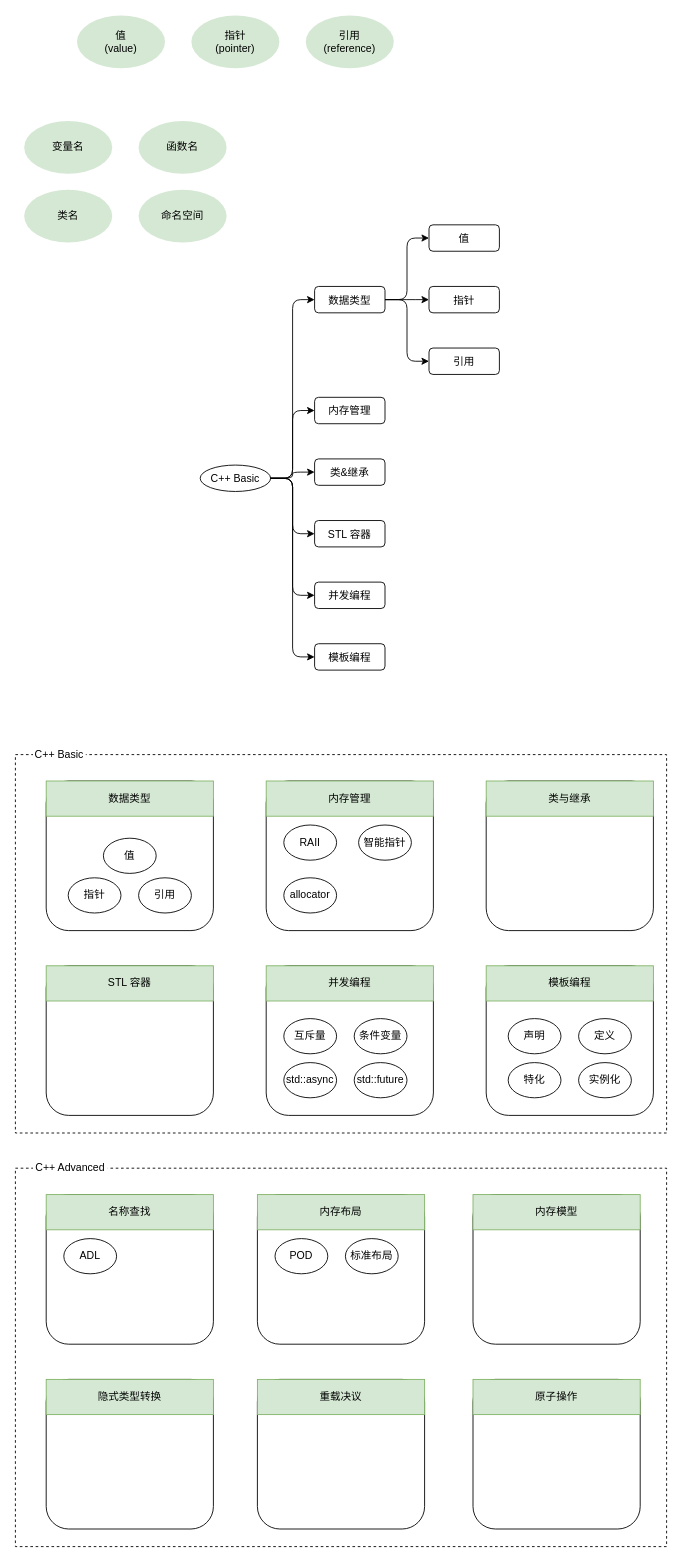
The draw.io diagram cplusplus_syntax_component.drawio in ZiqingYip/moment, before the edit. Source tidied: cells renumbered, new cells numbered last; positions are measured from the earlier drawing's top-left corner, leaving out a move shared by most shapes. Both pictures are drawn from the tidied source at 88%, with x=0, y=0 at pixel (15, 15).
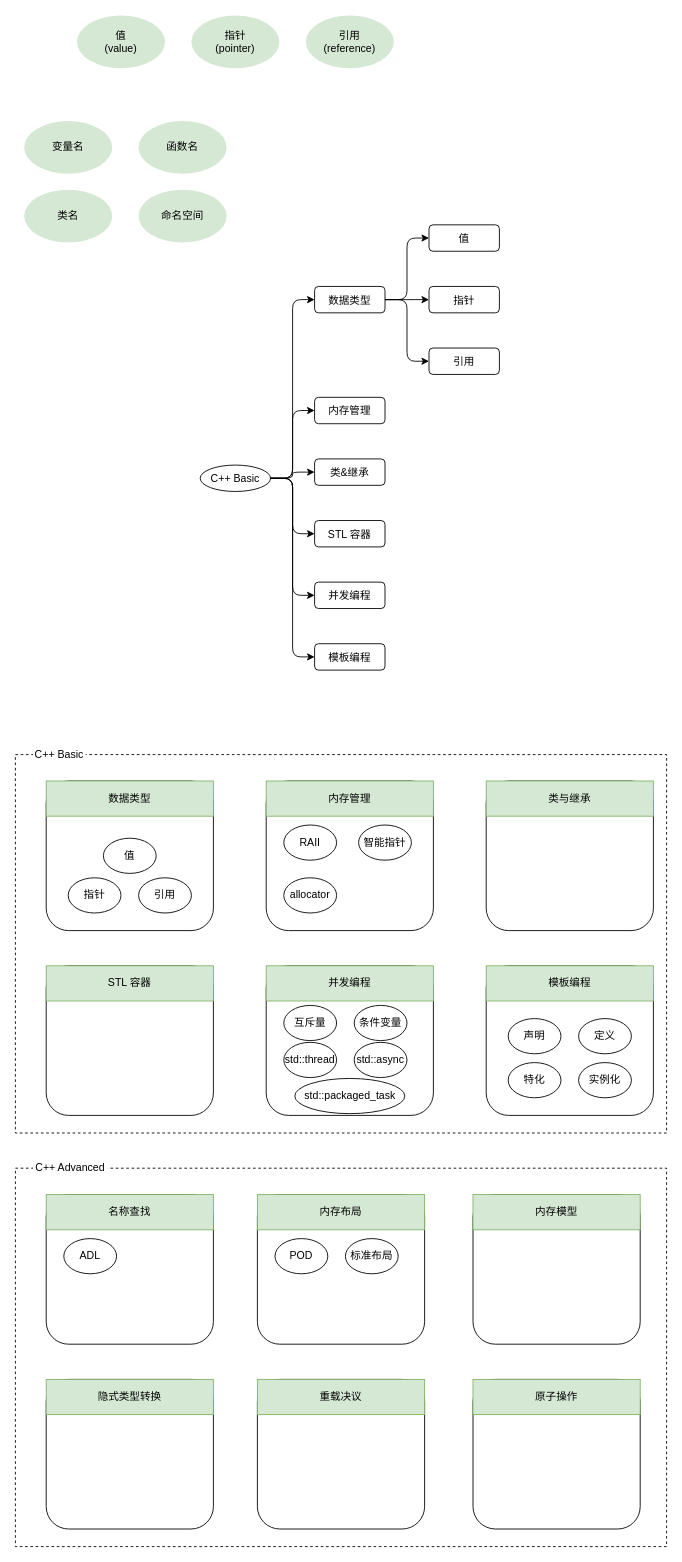
Above is the later version.

The edit, as a diff of the source:
```diff
@@
     <mxCell id="65" value="互斥量" style="ellipse;whiteSpace=wrap;html=1;" parent="1" vertex="1">
-      <mxGeometry x="305" y="1140" width="60" height="40" as="geometry" />
+      <mxGeometry x="305" y="1125" width="60" height="40" as="geometry" />
     </mxCell>
     <mxCell id="66" value="条件变量" style="ellipse;whiteSpace=wrap;html=1;" parent="1" vertex="1">
-      <mxGeometry x="385" y="1140" width="60" height="40" as="geometry" />
+      <mxGeometry x="385" y="1125" width="60" height="40" as="geometry" />
     </mxCell>
-    <mxCell id="67" value="std::async" style="ellipse;whiteSpace=wrap;html=1;" parent="1" vertex="1">
-      <mxGeometry x="305" y="1190" width="60" height="40" as="geometry" />
+    <mxCell id="67" value="std::thread" style="ellipse;whiteSpace=wrap;html=1;" parent="1" vertex="1">
+      <mxGeometry x="305" y="1167" width="60" height="40" as="geometry" />
     </mxCell>
-    <mxCell id="68" value="std::future" style="ellipse;whiteSpace=wrap;html=1;" parent="1" vertex="1">
-      <mxGeometry x="385" y="1190" width="60" height="40" as="geometry" />
+    <mxCell id="68" value="std::async" style="ellipse;whiteSpace=wrap;html=1;" parent="1" vertex="1">
+      <mxGeometry x="385" y="1167" width="60" height="40" as="geometry" />
     </mxCell>
@@
+    <mxCell id="73" value="std::packaged_task" style="ellipse;whiteSpace=wrap;html=1;" parent="1" vertex="1">
+      <mxGeometry x="317.5" y="1208" width="125" height="40" as="geometry" />
+    </mxCell>
```
